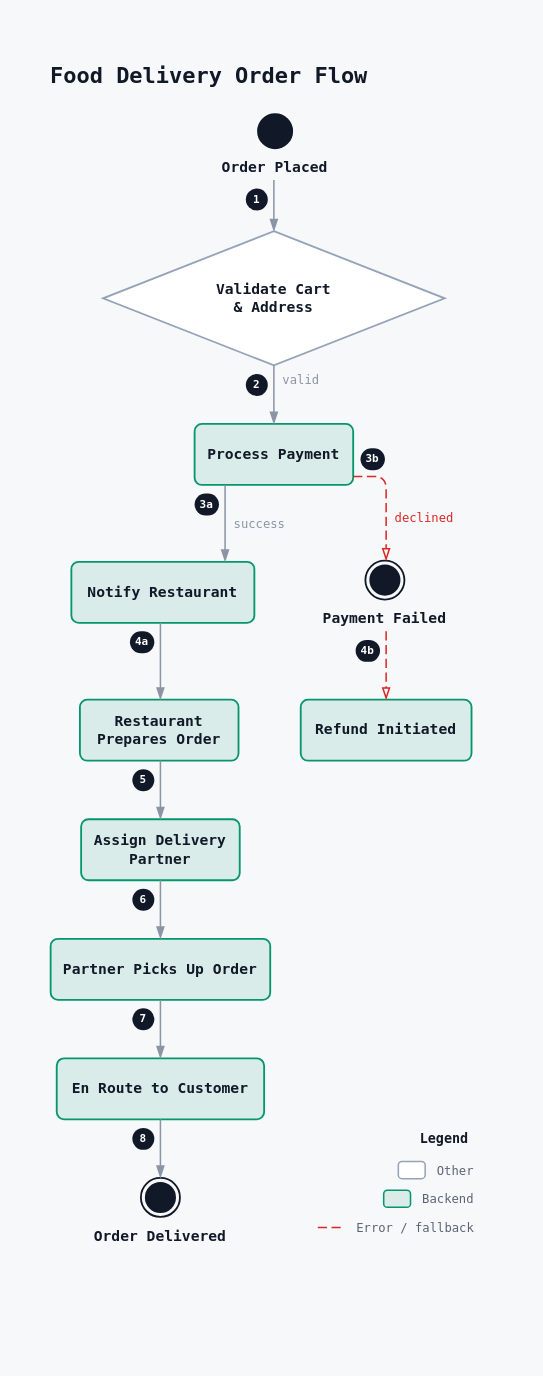
The draw.io diagram examples/swiggy_order_flow/swiggy_order_flow.drawio in rg12301/rdg, before the edit. Source tidied: cells renumbered, new cells numbered last; positions are measured from the earlier drawing's top-left corner, leaving out a move shared by most shapes. Both pictures are drawn from the tidied source at 122%, with x=0, y=0 at pixel (21, 21).
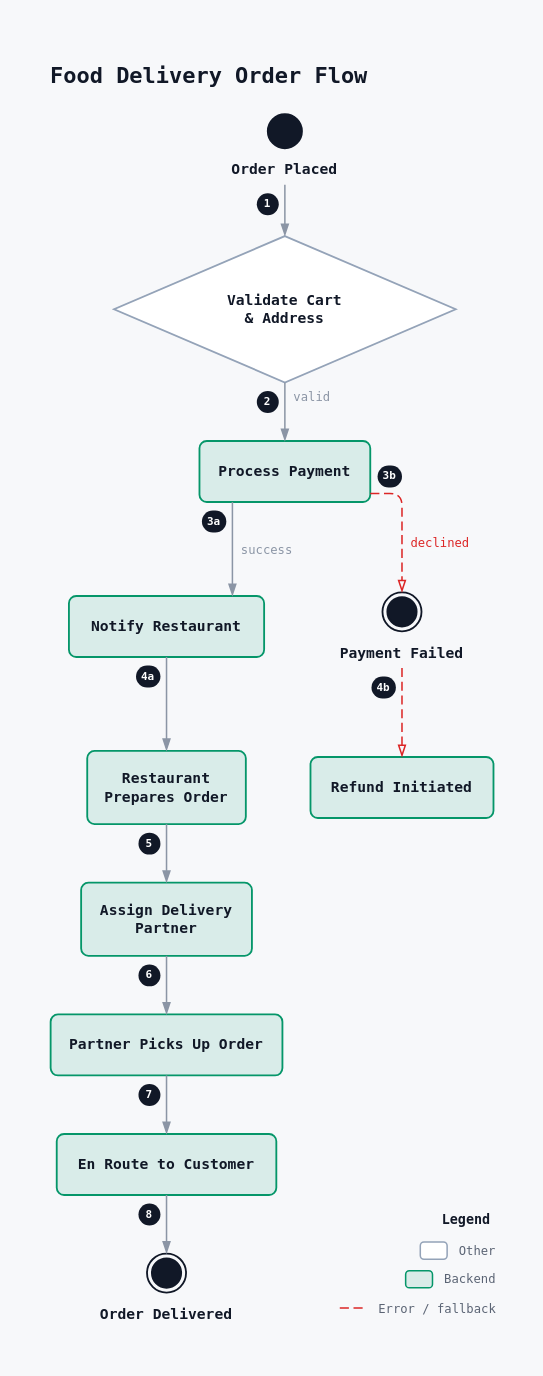
The same page after the edit.

Change to the diagram source:
```diff
@@
     <mxCell id="2" style="rounded=0;fillColor=none;strokeColor=none;selectable=0;" parent="1" vertex="1">
-      <mxGeometry width="393" height="1028" as="geometry" />
+      <mxGeometry width="411" height="1094" as="geometry" />
     </mxCell>
@@
-    <mxCell id="4" value="&lt;b&gt;Order Placed&lt;/b&gt;" style="rounded=0;html=1;whiteSpace=wrap;fillColor=none;fillOpacity=100;strokeColor=none;strokeWidth=1.5;shadow=0;fontFamily=JetBrains Mono, ui-monospace, SFMono-Regular, Menlo, Consolas, monospace;fontSize=12;fontColor=#111827;fontStyle=0;align=center;verticalAlign=top;spacingTop=30;spacingBottom=0;spacingLeft=0;spacingRight=0;" parent="1" vertex="1">
-      <mxGeometry x="160" y="76" width="96" height="48" as="geometry" />
+    <mxCell id="4" value="&lt;b&gt;Order Placed&lt;/b&gt;" style="rounded=0;html=1;whiteSpace=wrap;fillColor=none;fillOpacity=100;strokeColor=none;strokeWidth=1.5;shadow=0;fontFamily=JetBrains Mono, ui-monospace, SFMono-Regular, Menlo, Consolas, monospace;fontSize=12;fontColor=#111827;fontStyle=0;align=center;verticalAlign=top;spacingTop=32;spacingBottom=0;spacingLeft=0;spacingRight=0;" parent="1" vertex="1">
+      <mxGeometry x="164" y="76" width="104" height="52" as="geometry" />
     </mxCell>
     <mxCell id="5" style="ellipse;html=1;fillColor=#111827;fillOpacity=100;strokeColor=#111827;strokeWidth=1.5;" parent="4" vertex="1">
-      <mxGeometry x="34" width="28" height="28" as="geometry" />
+      <mxGeometry x="38" width="28" height="28" as="geometry" />
     </mxCell>
     <mxCell id="6" value="&lt;b&gt;Validate Cart&lt;/b&gt;&lt;br/&gt;&lt;b&gt;&amp; Address&lt;/b&gt;" style="rhombus;html=1;whiteSpace=wrap;fillColor=#ffffff;fillOpacity=100;strokeColor=#94a3b8;strokeWidth=1.5;shadow=0;fontFamily=JetBrains Mono, ui-monospace, SFMono-Regular, Menlo, Consolas, monospace;fontSize=12;fontColor=#111827;fontStyle=0;align=center;verticalAlign=middle;spacingLeft=12;spacingRight=12;" parent="1" vertex="1">
-      <mxGeometry x="67" y="172" width="280" height="110" as="geometry" />
+      <mxGeometry x="76" y="176" width="280" height="120" as="geometry" />
     </mxCell>
     <mxCell id="7" value="&lt;b&gt;Process Payment&lt;/b&gt;" style="rounded=1;absoluteArcSize=1;arcSize=12;html=1;whiteSpace=wrap;fillColor=#059669;fillOpacity=12;strokeColor=#059669;strokeWidth=1.5;shadow=0;fontFamily=JetBrains Mono, ui-monospace, SFMono-Regular, Menlo, Consolas, monospace;fontSize=12;fontColor=#111827;fontStyle=0;align=center;verticalAlign=middle;spacingTop=4;spacingBottom=4;spacingLeft=8;spacingRight=8;" parent="1" vertex="1">
-      <mxGeometry x="142" y="330" width="130" height="50" as="geometry" />
+      <mxGeometry x="146" y="344" width="140" height="50" as="geometry" />
     </mxCell>
     <mxCell id="8" value="&lt;b&gt;Notify Restaurant&lt;/b&gt;" style="rounded=1;absoluteArcSize=1;arcSize=12;html=1;whiteSpace=wrap;fillColor=#059669;fillOpacity=12;strokeColor=#059669;strokeWidth=1.5;shadow=0;fontFamily=JetBrains Mono, ui-monospace, SFMono-Regular, Menlo, Consolas, monospace;fontSize=12;fontColor=#111827;fontStyle=0;align=center;verticalAlign=middle;spacingTop=4;spacingBottom=4;spacingLeft=8;spacingRight=8;" parent="1" vertex="1">
-      <mxGeometry x="41" y="443" width="150" height="50" as="geometry" />
+      <mxGeometry x="39" y="471" width="160" height="50" as="geometry" />
     </mxCell>
     <mxCell id="9" value="&lt;b&gt;Restaurant&lt;/b&gt;&lt;br/&gt;&lt;b&gt;Prepares Order&lt;/b&gt;" style="rounded=1;absoluteArcSize=1;arcSize=12;html=1;whiteSpace=wrap;fillColor=#059669;fillOpacity=12;strokeColor=#059669;strokeWidth=1.5;shadow=0;fontFamily=JetBrains Mono, ui-monospace, SFMono-Regular, Menlo, Consolas, monospace;fontSize=12;fontColor=#111827;fontStyle=0;align=center;verticalAlign=middle;spacingTop=4;spacingBottom=4;spacingLeft=8;spacingRight=8;" parent="1" vertex="1">
-      <mxGeometry x="48" y="556" width="130" height="50" as="geometry" />
+      <mxGeometry x="54" y="598" width="130" height="60" as="geometry" />
     </mxCell>
     <mxCell id="10" value="&lt;b&gt;Assign Delivery&lt;/b&gt;&lt;br/&gt;&lt;b&gt;Partner&lt;/b&gt;" style="rounded=1;absoluteArcSize=1;arcSize=12;html=1;whiteSpace=wrap;fillColor=#059669;fillOpacity=12;strokeColor=#059669;strokeWidth=1.5;shadow=0;fontFamily=JetBrains Mono, ui-monospace, SFMono-Regular, Menlo, Consolas, monospace;fontSize=12;fontColor=#111827;fontStyle=0;align=center;verticalAlign=middle;spacingTop=4;spacingBottom=4;spacingLeft=8;spacingRight=8;" parent="1" vertex="1">
-      <mxGeometry x="49" y="654" width="130" height="50" as="geometry" />
+      <mxGeometry x="49" y="706" width="140" height="60" as="geometry" />
     </mxCell>
     <mxCell id="11" value="&lt;b&gt;Partner Picks Up Order&lt;/b&gt;" style="rounded=1;absoluteArcSize=1;arcSize=12;html=1;whiteSpace=wrap;fillColor=#059669;fillOpacity=12;strokeColor=#059669;strokeWidth=1.5;shadow=0;fontFamily=JetBrains Mono, ui-monospace, SFMono-Regular, Menlo, Consolas, monospace;fontSize=12;fontColor=#111827;fontStyle=0;align=center;verticalAlign=middle;spacingTop=4;spacingBottom=4;spacingLeft=8;spacingRight=8;" parent="1" vertex="1">
-      <mxGeometry x="24" y="752" width="180" height="50" as="geometry" />
+      <mxGeometry x="24" y="814" width="190" height="50" as="geometry" />
     </mxCell>
     <mxCell id="12" value="&lt;b&gt;En Route to Customer&lt;/b&gt;" style="rounded=1;absoluteArcSize=1;arcSize=12;html=1;whiteSpace=wrap;fillColor=#059669;fillOpacity=12;strokeColor=#059669;strokeWidth=1.5;shadow=0;fontFamily=JetBrains Mono, ui-monospace, SFMono-Regular, Menlo, Consolas, monospace;fontSize=12;fontColor=#111827;fontStyle=0;align=center;verticalAlign=middle;spacingTop=4;spacingBottom=4;spacingLeft=8;spacingRight=8;" parent="1" vertex="1">
-      <mxGeometry x="29" y="850" width="170" height="50" as="geometry" />
+      <mxGeometry x="29" y="912" width="180" height="50" as="geometry" />
     </mxCell>
-    <mxCell id="13" value="&lt;b&gt;Order Delivered&lt;/b&gt;" style="rounded=0;html=1;whiteSpace=wrap;fillColor=none;fillOpacity=100;strokeColor=none;strokeWidth=1.5;shadow=0;fontFamily=JetBrains Mono, ui-monospace, SFMono-Regular, Menlo, Consolas, monospace;fontSize=12;fontColor=#111827;fontStyle=0;align=center;verticalAlign=top;spacingTop=34;spacingBottom=0;spacingLeft=0;spacingRight=0;" parent="1" vertex="1">
-      <mxGeometry x="56" y="948" width="116" height="52" as="geometry" />
+    <mxCell id="13" value="&lt;b&gt;Order Delivered&lt;/b&gt;" style="rounded=0;html=1;whiteSpace=wrap;fillColor=none;fillOpacity=100;strokeColor=none;strokeWidth=1.5;shadow=0;fontFamily=JetBrains Mono, ui-monospace, SFMono-Regular, Menlo, Consolas, monospace;fontSize=12;fontColor=#111827;fontStyle=0;align=center;verticalAlign=top;spacingTop=36;spacingBottom=0;spacingLeft=0;spacingRight=0;" parent="1" vertex="1">
+      <mxGeometry x="57" y="1010" width="124" height="56" as="geometry" />
     </mxCell>
     <mxCell id="14" style="shape=endState;html=1;fillColor=#111827;fillOpacity=100;strokeColor=#111827;strokeWidth=1.5;" parent="13" vertex="1">
-      <mxGeometry x="42" width="32" height="32" as="geometry" />
+      <mxGeometry x="46" width="32" height="32" as="geometry" />
     </mxCell>
-    <mxCell id="15" value="&lt;b&gt;Payment Failed&lt;/b&gt;" style="rounded=0;html=1;whiteSpace=wrap;fillColor=none;fillOpacity=100;strokeColor=none;strokeWidth=1.5;shadow=0;fontFamily=JetBrains Mono, ui-monospace, SFMono-Regular, Menlo, Consolas, monospace;fontSize=12;fontColor=#111827;fontStyle=0;align=center;verticalAlign=top;spacingTop=34;spacingBottom=0;spacingLeft=0;spacingRight=0;" parent="1" vertex="1">
-      <mxGeometry x="242" y="442" width="112" height="52" as="geometry" />
+    <mxCell id="15" value="&lt;b&gt;Payment Failed&lt;/b&gt;" style="rounded=0;html=1;whiteSpace=wrap;fillColor=none;fillOpacity=100;strokeColor=none;strokeWidth=1.5;shadow=0;fontFamily=JetBrains Mono, ui-monospace, SFMono-Regular, Menlo, Consolas, monospace;fontSize=12;fontColor=#111827;fontStyle=0;align=center;verticalAlign=top;spacingTop=36;spacingBottom=0;spacingLeft=0;spacingRight=0;" parent="1" vertex="1">
+      <mxGeometry x="252" y="468" width="120" height="56" as="geometry" />
     </mxCell>
     <mxCell id="16" style="shape=endState;html=1;fillColor=#111827;fillOpacity=100;strokeColor=#111827;strokeWidth=1.5;" parent="15" vertex="1">
-      <mxGeometry x="40" width="32" height="32" as="geometry" />
+      <mxGeometry x="44" width="32" height="32" as="geometry" />
     </mxCell>
     <mxCell id="17" value="&lt;b&gt;Refund Initiated&lt;/b&gt;" style="rounded=1;absoluteArcSize=1;arcSize=12;html=1;whiteSpace=wrap;fillColor=#059669;fillOpacity=12;strokeColor=#059669;strokeWidth=1.5;shadow=0;fontFamily=JetBrains Mono, ui-monospace, SFMono-Regular, Menlo, Consolas, monospace;fontSize=12;fontColor=#111827;fontStyle=0;align=center;verticalAlign=middle;spacingTop=4;spacingBottom=4;spacingLeft=8;spacingRight=8;" parent="1" vertex="1">
-      <mxGeometry x="229" y="556" width="140" height="50" as="geometry" />
+      <mxGeometry x="237" y="603" width="150" height="50" as="geometry" />
     </mxCell>
     <mxCell id="18" value="1" style="rounded=1;arcSize=50;whiteSpace=wrap;html=1;fillColor=#111827;strokeColor=none;fontColor=#ffffff;fontSize=9;fontStyle=1;fontFamily=JetBrains Mono, ui-monospace, SFMono-Regular, Menlo, Consolas, monospace;spacing=0;" parent="1" vertex="1">
-      <mxGeometry x="184" y="137" width="18" height="18" as="geometry" />
+      <mxGeometry x="193" y="141" width="18" height="18" as="geometry" />
     </mxCell>
-    <mxCell id="19" style="exitX=0.48958;exitY=1.12500;exitDx=0;exitDy=0;exitPerimeter=0;entryX=0.50000;entryY=0.00000;entryDx=0;entryDy=0;entryPerimeter=0;edgeStyle=none;html=1;rounded=1;jumpStyle=arc;jumpSize=6;strokeColor=#8b95a5;strokeWidth=1.25;dashed=0;endArrow=blockThin;endFill=1;endSize=7;startArrow=none;labelBackgroundColor=#f7f8fa;labelBorderColor=none;fontFamily=JetBrains Mono, ui-monospace, SFMono-Regular, Menlo, Consolas, monospace;fontSize=10;fontColor=#8b95a5;" parent="1" edge="1" source="4" target="6">
+    <mxCell id="19" style="exitX=0.50000;exitY=1.11538;exitDx=0;exitDy=0;exitPerimeter=0;entryX=0.50000;entryY=0.00000;entryDx=0;entryDy=0;entryPerimeter=0;edgeStyle=none;html=1;rounded=1;jumpStyle=arc;jumpSize=6;strokeColor=#8b95a5;strokeWidth=1.25;dashed=0;endArrow=blockThin;endFill=1;endSize=7;startArrow=none;labelBackgroundColor=#f7f8fa;labelBorderColor=none;fontFamily=JetBrains Mono, ui-monospace, SFMono-Regular, Menlo, Consolas, monospace;fontSize=10;fontColor=#8b95a5;" parent="1" edge="1" source="4" target="6">
       <mxGeometry relative="1" as="geometry" />
     </mxCell>
     <mxCell id="20" value="2" style="rounded=1;arcSize=50;whiteSpace=wrap;html=1;fillColor=#111827;strokeColor=none;fontColor=#ffffff;fontSize=9;fontStyle=1;fontFamily=JetBrains Mono, ui-monospace, SFMono-Regular, Menlo, Consolas, monospace;spacing=0;" parent="1" vertex="1">
-      <mxGeometry x="184" y="289" width="18" height="18" as="geometry" />
+      <mxGeometry x="193" y="303" width="18" height="18" as="geometry" />
     </mxCell>
@@
     <mxCell id="22" value="3a" style="rounded=1;arcSize=50;whiteSpace=wrap;html=1;fillColor=#111827;strokeColor=none;fontColor=#ffffff;fontSize=9;fontStyle=1;fontFamily=JetBrains Mono, ui-monospace, SFMono-Regular, Menlo, Consolas, monospace;spacing=0;" parent="1" vertex="1">
-      <mxGeometry x="142" y="387" width="20" height="18" as="geometry" />
+      <mxGeometry x="148" y="401" width="20" height="18" as="geometry" />
     </mxCell>
-    <mxCell id="23" value="success" style="exitX=0.19231;exitY=1.00000;exitDx=0;exitDy=0;exitPerimeter=0;entryX=0.84000;entryY=0.00000;entryDx=0;entryDy=0;entryPerimeter=0;edgeStyle=none;html=1;rounded=1;jumpStyle=arc;jumpSize=6;strokeColor=#8b95a5;strokeWidth=1.25;dashed=0;endArrow=blockThin;endFill=1;endSize=7;startArrow=none;labelBackgroundColor=#f7f8fa;labelBorderColor=none;fontFamily=JetBrains Mono, ui-monospace, SFMono-Regular, Menlo, Consolas, monospace;fontSize=10;fontColor=#8b95a5;" parent="1" edge="1" source="7" target="8">
+    <mxCell id="23" value="success" style="exitX=0.19286;exitY=1.00000;exitDx=0;exitDy=0;exitPerimeter=0;entryX=0.83750;entryY=0.00000;entryDx=0;entryDy=0;entryPerimeter=0;edgeStyle=none;html=1;rounded=1;jumpStyle=arc;jumpSize=6;strokeColor=#8b95a5;strokeWidth=1.25;dashed=0;endArrow=blockThin;endFill=1;endSize=7;startArrow=none;labelBackgroundColor=#f7f8fa;labelBorderColor=none;fontFamily=JetBrains Mono, ui-monospace, SFMono-Regular, Menlo, Consolas, monospace;fontSize=10;fontColor=#8b95a5;" parent="1" edge="1" source="7" target="8">
       <mxGeometry y="28" relative="1" as="geometry" />
     </mxCell>
     <mxCell id="24" value="3b" style="rounded=1;arcSize=50;whiteSpace=wrap;html=1;fillColor=#111827;strokeColor=none;fontColor=#ffffff;fontSize=9;fontStyle=1;fontFamily=JetBrains Mono, ui-monospace, SFMono-Regular, Menlo, Consolas, monospace;spacing=0;" parent="1" vertex="1">
-      <mxGeometry x="278" y="350" width="20" height="18" as="geometry" />
+      <mxGeometry x="292" y="364" width="20" height="18" as="geometry" />
     </mxCell>
-    <mxCell id="25" value="declined" style="exitX=1.00000;exitY=0.86000;exitDx=0;exitDy=0;exitPerimeter=0;entryX=0.50893;entryY=0.00060;entryDx=0;entryDy=0;entryPerimeter=0;edgeStyle=none;html=1;rounded=1;jumpStyle=arc;jumpSize=6;strokeColor=#dc2626;strokeWidth=1.25;dashed=1;dashPattern=6 3;endArrow=blockThin;endFill=0;endSize=7;startArrow=none;labelBackgroundColor=#f7f8fa;labelBorderColor=none;fontFamily=JetBrains Mono, ui-monospace, SFMono-Regular, Menlo, Consolas, monospace;fontSize=10;fontColor=#dc2626;" parent="1" edge="1" source="7" target="15">
-      <mxGeometry x="0.28" y="31" relative="1" as="geometry">
+    <mxCell id="25" value="declined" style="exitX=1.00000;exitY=0.86000;exitDx=0;exitDy=0;exitPerimeter=0;entryX=0.50000;entryY=0.00000;entryDx=0;entryDy=0;entryPerimeter=0;edgeStyle=none;html=1;rounded=1;jumpStyle=arc;jumpSize=6;strokeColor=#dc2626;strokeWidth=1.25;dashed=1;dashPattern=6 3;endArrow=blockThin;endFill=0;endSize=7;startArrow=none;labelBackgroundColor=#f7f8fa;labelBorderColor=none;fontFamily=JetBrains Mono, ui-monospace, SFMono-Regular, Menlo, Consolas, monospace;fontSize=10;fontColor=#dc2626;" parent="1" edge="1" source="7" target="15">
+      <mxGeometry x="0.24" y="31" relative="1" as="geometry">
         <Array as="points">
-          <mxPoint x="299" y="373" />
+          <mxPoint x="312" y="387" />
         </Array>
       </mxGeometry>
     </mxCell>
     <mxCell id="26" value="4b" style="rounded=1;arcSize=50;whiteSpace=wrap;html=1;fillColor=#111827;strokeColor=none;fontColor=#ffffff;fontSize=9;fontStyle=1;fontFamily=JetBrains Mono, ui-monospace, SFMono-Regular, Menlo, Consolas, monospace;spacing=0;" parent="1" vertex="1">
-      <mxGeometry x="274" y="507" width="20" height="18" as="geometry" />
+      <mxGeometry x="287" y="537" width="20" height="18" as="geometry" />
     </mxCell>
-    <mxCell id="27" style="exitX=0.50893;exitY=1.11538;exitDx=0;exitDy=0;exitPerimeter=0;entryX=0.50000;entryY=0.00000;entryDx=0;entryDy=0;entryPerimeter=0;edgeStyle=none;html=1;rounded=1;jumpStyle=arc;jumpSize=6;strokeColor=#dc2626;strokeWidth=1.25;dashed=1;dashPattern=6 3;endArrow=blockThin;endFill=0;endSize=7;startArrow=none;labelBackgroundColor=#f7f8fa;labelBorderColor=none;fontFamily=JetBrains Mono, ui-monospace, SFMono-Regular, Menlo, Consolas, monospace;fontSize=10;fontColor=#dc2626;" parent="1" edge="1" source="15" target="17">
+    <mxCell id="27" style="exitX=0.50000;exitY=1.10714;exitDx=0;exitDy=0;exitPerimeter=0;entryX=0.50000;entryY=0.00000;entryDx=0;entryDy=0;entryPerimeter=0;edgeStyle=none;html=1;rounded=1;jumpStyle=arc;jumpSize=6;strokeColor=#dc2626;strokeWidth=1.25;dashed=1;dashPattern=6 3;endArrow=blockThin;endFill=0;endSize=7;startArrow=none;labelBackgroundColor=#f7f8fa;labelBorderColor=none;fontFamily=JetBrains Mono, ui-monospace, SFMono-Regular, Menlo, Consolas, monospace;fontSize=10;fontColor=#dc2626;" parent="1" edge="1" source="15" target="17">
       <mxGeometry relative="1" as="geometry" />
     </mxCell>
     <mxCell id="28" value="4a" style="rounded=1;arcSize=50;whiteSpace=wrap;html=1;fillColor=#111827;strokeColor=none;fontColor=#ffffff;fontSize=9;fontStyle=1;fontFamily=JetBrains Mono, ui-monospace, SFMono-Regular, Menlo, Consolas, monospace;spacing=0;" parent="1" vertex="1">
-      <mxGeometry x="89" y="500" width="20" height="18" as="geometry" />
+      <mxGeometry x="94" y="528" width="20" height="18" as="geometry" />
     </mxCell>
-    <mxCell id="29" style="exitX=0.48667;exitY=1.00000;exitDx=0;exitDy=0;exitPerimeter=0;entryX=0.50769;entryY=0.00000;entryDx=0;entryDy=0;entryPerimeter=0;edgeStyle=none;html=1;rounded=1;jumpStyle=arc;jumpSize=6;strokeColor=#8b95a5;strokeWidth=1.25;dashed=0;endArrow=blockThin;endFill=1;endSize=7;startArrow=none;labelBackgroundColor=#f7f8fa;labelBorderColor=none;fontFamily=JetBrains Mono, ui-monospace, SFMono-Regular, Menlo, Consolas, monospace;fontSize=10;fontColor=#8b95a5;" parent="1" edge="1" source="8" target="9">
+    <mxCell id="29" style="exitX=0.50000;exitY=1.00000;exitDx=0;exitDy=0;exitPerimeter=0;entryX=0.50000;entryY=0.00000;entryDx=0;entryDy=0;entryPerimeter=0;edgeStyle=none;html=1;rounded=1;jumpStyle=arc;jumpSize=6;strokeColor=#8b95a5;strokeWidth=1.25;dashed=0;endArrow=blockThin;endFill=1;endSize=7;startArrow=none;labelBackgroundColor=#f7f8fa;labelBorderColor=none;fontFamily=JetBrains Mono, ui-monospace, SFMono-Regular, Menlo, Consolas, monospace;fontSize=10;fontColor=#8b95a5;" parent="1" edge="1" source="8" target="9">
       <mxGeometry relative="1" as="geometry" />
     </mxCell>
     <mxCell id="30" value="5" style="rounded=1;arcSize=50;whiteSpace=wrap;html=1;fillColor=#111827;strokeColor=none;fontColor=#ffffff;fontSize=9;fontStyle=1;fontFamily=JetBrains Mono, ui-monospace, SFMono-Regular, Menlo, Consolas, monospace;spacing=0;" parent="1" vertex="1">
-      <mxGeometry x="91" y="613" width="18" height="18" as="geometry" />
+      <mxGeometry x="96" y="665" width="18" height="18" as="geometry" />
     </mxCell>
-    <mxCell id="31" style="exitX=0.50769;exitY=1.00000;exitDx=0;exitDy=0;exitPerimeter=0;entryX=0.50000;entryY=0.00000;entryDx=0;entryDy=0;entryPerimeter=0;edgeStyle=none;html=1;rounded=1;jumpStyle=arc;jumpSize=6;strokeColor=#8b95a5;strokeWidth=1.25;dashed=0;endArrow=blockThin;endFill=1;endSize=7;startArrow=none;labelBackgroundColor=#f7f8fa;labelBorderColor=none;fontFamily=JetBrains Mono, ui-monospace, SFMono-Regular, Menlo, Consolas, monospace;fontSize=10;fontColor=#8b95a5;" parent="1" edge="1" source="9" target="10">
+    <mxCell id="31" style="exitX=0.50000;exitY=1.00000;exitDx=0;exitDy=0;exitPerimeter=0;entryX=0.50000;entryY=0.00000;entryDx=0;entryDy=0;entryPerimeter=0;edgeStyle=none;html=1;rounded=1;jumpStyle=arc;jumpSize=6;strokeColor=#8b95a5;strokeWidth=1.25;dashed=0;endArrow=blockThin;endFill=1;endSize=7;startArrow=none;labelBackgroundColor=#f7f8fa;labelBorderColor=none;fontFamily=JetBrains Mono, ui-monospace, SFMono-Regular, Menlo, Consolas, monospace;fontSize=10;fontColor=#8b95a5;" parent="1" edge="1" source="9" target="10">
       <mxGeometry relative="1" as="geometry" />
     </mxCell>
     <mxCell id="32" value="6" style="rounded=1;arcSize=50;whiteSpace=wrap;html=1;fillColor=#111827;strokeColor=none;fontColor=#ffffff;fontSize=9;fontStyle=1;fontFamily=JetBrains Mono, ui-monospace, SFMono-Regular, Menlo, Consolas, monospace;spacing=0;" parent="1" vertex="1">
-      <mxGeometry x="91" y="711" width="18" height="18" as="geometry" />
+      <mxGeometry x="96" y="773" width="18" height="18" as="geometry" />
     </mxCell>
@@
     <mxCell id="34" value="7" style="rounded=1;arcSize=50;whiteSpace=wrap;html=1;fillColor=#111827;strokeColor=none;fontColor=#ffffff;fontSize=9;fontStyle=1;fontFamily=JetBrains Mono, ui-monospace, SFMono-Regular, Menlo, Consolas, monospace;spacing=0;" parent="1" vertex="1">
-      <mxGeometry x="91" y="809" width="18" height="18" as="geometry" />
+      <mxGeometry x="96" y="871" width="18" height="18" as="geometry" />
     </mxCell>
@@
     <mxCell id="36" value="8" style="rounded=1;arcSize=50;whiteSpace=wrap;html=1;fillColor=#111827;strokeColor=none;fontColor=#ffffff;fontSize=9;fontStyle=1;fontFamily=JetBrains Mono, ui-monospace, SFMono-Regular, Menlo, Consolas, monospace;spacing=0;" parent="1" vertex="1">
-      <mxGeometry x="91" y="907" width="18" height="18" as="geometry" />
+      <mxGeometry x="96" y="969" width="18" height="18" as="geometry" />
     </mxCell>
@@
     <mxCell id="38" value="Legend" style="text;html=1;strokeColor=none;fillColor=none;align=left;verticalAlign=middle;whiteSpace=nowrap;fontFamily=JetBrains Mono, ui-monospace, SFMono-Regular, Menlo, Consolas, monospace;fontSize=11;fontColor=#111827;fontStyle=1;" parent="1" vertex="1">
-      <mxGeometry x="325.4" y="909" width="43.6" height="14.9" as="geometry" />
+      <mxGeometry x="343.4" y="975" width="43.6" height="14.9" as="geometry" />
     </mxCell>
     <mxCell id="39" style="rounded=1;absoluteArcSize=1;arcSize=6;fillColor=#ffffff;fillOpacity=100;strokeColor=#94a3b8;strokeWidth=1.25;" parent="1" vertex="1">
-      <mxGeometry x="309" y="934.6" width="22" height="14" as="geometry" />
+      <mxGeometry x="327" y="1000.6" width="22" height="14" as="geometry" />
     </mxCell>
     <mxCell id="40" value="Other" style="text;html=1;strokeColor=none;fillColor=none;align=left;verticalAlign=middle;whiteSpace=nowrap;fontFamily=JetBrains Mono, ui-monospace, SFMono-Regular, Menlo, Consolas, monospace;fontSize=10;fontColor=#5b6474;fontStyle=0;" parent="1" vertex="1">
-      <mxGeometry x="339" y="929.9" width="50" height="23.5" as="geometry" />
+      <mxGeometry x="357" y="995.9" width="50" height="23.5" as="geometry" />
     </mxCell>
     <mxCell id="41" style="rounded=1;absoluteArcSize=1;arcSize=6;fillColor=#059669;fillOpacity=12;strokeColor=#059669;strokeWidth=1.25;" parent="1" vertex="1">
-      <mxGeometry x="297" y="958.1" width="22" height="14" as="geometry" />
+      <mxGeometry x="315" y="1024.1" width="22" height="14" as="geometry" />
     </mxCell>
     <mxCell id="42" value="Backend" style="text;html=1;strokeColor=none;fillColor=none;align=left;verticalAlign=middle;whiteSpace=nowrap;fontFamily=JetBrains Mono, ui-monospace, SFMono-Regular, Menlo, Consolas, monospace;fontSize=10;fontColor=#5b6474;fontStyle=0;" parent="1" vertex="1">
-      <mxGeometry x="327" y="953.4" width="62" height="23.5" as="geometry" />
+      <mxGeometry x="345" y="1019.3" width="62" height="23.5" as="geometry" />
     </mxCell>
     <mxCell id="43" style="endArrow=none;html=1;strokeColor=#dc2626;strokeWidth=1.25;dashed=1;dashPattern=6 3;" parent="1" edge="1">
       <mxGeometry relative="1" as="geometry">
-        <mxPoint x="243" y="988.6" as="sourcePoint" />
-        <mxPoint x="265" y="988.6" as="targetPoint" />
+        <mxPoint x="261" y="1054.6" as="sourcePoint" />
+        <mxPoint x="283" y="1054.6" as="targetPoint" />
       </mxGeometry>
     </mxCell>
     <mxCell id="44" value="Error / fallback" style="text;html=1;strokeColor=none;fillColor=none;align=left;verticalAlign=middle;whiteSpace=nowrap;fontFamily=JetBrains Mono, ui-monospace, SFMono-Regular, Menlo, Consolas, monospace;fontSize=10;fontColor=#5b6474;fontStyle=0;" parent="1" vertex="1">
-      <mxGeometry x="273" y="976.9" width="116" height="23.5" as="geometry" />
+      <mxGeometry x="291" y="1042.8" width="116" height="23.5" as="geometry" />
     </mxCell>
```
